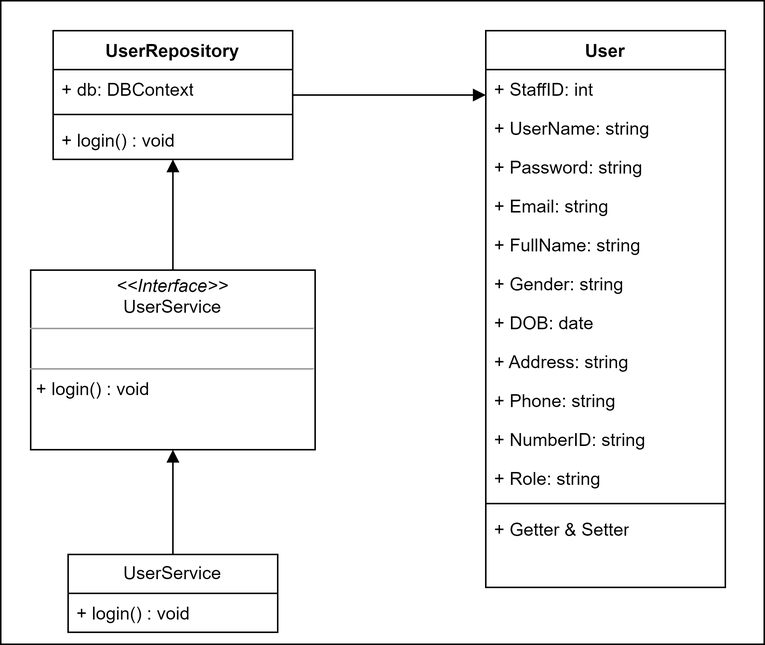
Before: swd-pic/SWD_Duy-login4.drawio.png, a diagram exported from draw.io (baspdd/desktop-tutorial). Source tidied: cells renumbered, new cells last; positions are measured from the earlier drawing's top-left corner, leaving out a move shared by most shapes. Source of this version:
```xml
<mxGraphModel>
  <root>
    <mxCell id="0" />
    <mxCell id="1" parent="0" />
    <mxCell id="2" style="rounded=0;whiteSpace=wrap;html=1;" parent="1" vertex="1">
      <mxGeometry width="510" height="430" as="geometry" />
    </mxCell>
    <mxCell id="3" value="UserService" style="swimlane;fontStyle=0;horizontal=1;startSize=26;fillColor=none;whiteSpace=wrap;html=1;" parent="1" vertex="1">
      <mxGeometry x="45" y="370" width="140" height="52" as="geometry" />
    </mxCell>
    <mxCell id="4" value="+ login() : void" style="text;strokeColor=none;fillColor=none;align=left;verticalAlign=top;spacingLeft=4;spacingRight=4;overflow=hidden;whiteSpace=wrap;html=1;" parent="3" vertex="1">
      <mxGeometry y="26" width="140" height="26" as="geometry" />
    </mxCell>
    <mxCell id="5" value="&lt;p style=&quot;margin:0px;margin-top:4px;text-align:center;&quot;&gt;&lt;i&gt;&amp;lt;&amp;lt;Interface&amp;gt;&amp;gt;&lt;/i&gt;&lt;br&gt;UserService&lt;br&gt;&lt;/p&gt;&lt;hr size=&quot;1&quot;&gt;&lt;p style=&quot;margin:0px;margin-left:4px;&quot;&gt;&lt;br&gt;&lt;/p&gt;&lt;hr size=&quot;1&quot;&gt;&lt;p style=&quot;margin:0px;margin-left:4px;&quot;&gt;+ login() : void&lt;/p&gt;" style="verticalAlign=top;align=left;overflow=fill;fontSize=12;fontFamily=Helvetica;html=1;whiteSpace=wrap;" parent="1" vertex="1">
      <mxGeometry x="20" y="180" width="190" height="120" as="geometry" />
    </mxCell>
    <mxCell id="6" value="User" style="swimlane;fontStyle=1;align=center;verticalAlign=top;horizontal=1;startSize=26;whiteSpace=wrap;html=1;" parent="1" vertex="1">
      <mxGeometry x="324" y="20" width="160" height="372" as="geometry" />
    </mxCell>
    <mxCell id="7" value="+&amp;nbsp;StaffID&lt;span style=&quot;background-color: initial;&quot;&gt;: int&lt;/span&gt;" style="text;strokeColor=none;fillColor=none;align=left;verticalAlign=top;spacingLeft=4;spacingRight=4;overflow=hidden;whiteSpace=wrap;html=1;" parent="6" vertex="1">
      <mxGeometry y="26" width="160" height="26" as="geometry" />
    </mxCell>
    <mxCell id="8" value="+&amp;nbsp;UserName&lt;span style=&quot;background-color: initial;&quot;&gt;: string&lt;/span&gt;" style="text;strokeColor=none;fillColor=none;align=left;verticalAlign=top;spacingLeft=4;spacingRight=4;overflow=hidden;whiteSpace=wrap;html=1;" parent="6" vertex="1">
      <mxGeometry y="52" width="160" height="26" as="geometry" />
    </mxCell>
    <mxCell id="9" value="+&amp;nbsp;Password&lt;span style=&quot;background-color: initial;&quot;&gt;: string&lt;/span&gt;" style="text;strokeColor=none;fillColor=none;align=left;verticalAlign=top;spacingLeft=4;spacingRight=4;overflow=hidden;whiteSpace=wrap;html=1;" parent="6" vertex="1">
      <mxGeometry y="78" width="160" height="26" as="geometry" />
    </mxCell>
    <mxCell id="10" value="+&amp;nbsp;Email&lt;span style=&quot;background-color: initial;&quot;&gt;: string&lt;/span&gt;" style="text;strokeColor=none;fillColor=none;align=left;verticalAlign=top;spacingLeft=4;spacingRight=4;overflow=hidden;whiteSpace=wrap;html=1;" parent="6" vertex="1">
      <mxGeometry y="104" width="160" height="26" as="geometry" />
    </mxCell>
    <mxCell id="11" value="+&amp;nbsp;FullName&lt;span style=&quot;background-color: initial;&quot;&gt;: string&lt;/span&gt;" style="text;strokeColor=none;fillColor=none;align=left;verticalAlign=top;spacingLeft=4;spacingRight=4;overflow=hidden;whiteSpace=wrap;html=1;" parent="6" vertex="1">
      <mxGeometry y="130" width="160" height="26" as="geometry" />
    </mxCell>
    <mxCell id="12" value="+&amp;nbsp;Gender&lt;span style=&quot;background-color: initial;&quot;&gt;: string&lt;/span&gt;" style="text;strokeColor=none;fillColor=none;align=left;verticalAlign=top;spacingLeft=4;spacingRight=4;overflow=hidden;whiteSpace=wrap;html=1;" parent="6" vertex="1">
      <mxGeometry y="156" width="160" height="26" as="geometry" />
    </mxCell>
    <mxCell id="13" value="+&amp;nbsp;DOB&lt;span style=&quot;background-color: initial;&quot;&gt;: date&lt;/span&gt;" style="text;strokeColor=none;fillColor=none;align=left;verticalAlign=top;spacingLeft=4;spacingRight=4;overflow=hidden;whiteSpace=wrap;html=1;" parent="6" vertex="1">
      <mxGeometry y="182" width="160" height="26" as="geometry" />
    </mxCell>
    <mxCell id="14" value="+&amp;nbsp;Address&lt;span style=&quot;background-color: initial;&quot;&gt;: string&lt;/span&gt;" style="text;strokeColor=none;fillColor=none;align=left;verticalAlign=top;spacingLeft=4;spacingRight=4;overflow=hidden;whiteSpace=wrap;html=1;" parent="6" vertex="1">
      <mxGeometry y="208" width="160" height="26" as="geometry" />
    </mxCell>
    <mxCell id="15" value="+&amp;nbsp;Phone&lt;span style=&quot;background-color: initial;&quot;&gt;: string&lt;/span&gt;" style="text;strokeColor=none;fillColor=none;align=left;verticalAlign=top;spacingLeft=4;spacingRight=4;overflow=hidden;whiteSpace=wrap;html=1;" parent="6" vertex="1">
      <mxGeometry y="234" width="160" height="26" as="geometry" />
    </mxCell>
    <mxCell id="16" value="+&amp;nbsp;NumberID&lt;span style=&quot;background-color: initial;&quot;&gt;: string&lt;/span&gt;" style="text;strokeColor=none;fillColor=none;align=left;verticalAlign=top;spacingLeft=4;spacingRight=4;overflow=hidden;whiteSpace=wrap;html=1;" parent="6" vertex="1">
      <mxGeometry y="260" width="160" height="26" as="geometry" />
    </mxCell>
    <mxCell id="17" value="+&amp;nbsp;Role&lt;span style=&quot;background-color: initial;&quot;&gt;: string&lt;/span&gt;" style="text;strokeColor=none;fillColor=none;align=left;verticalAlign=top;spacingLeft=4;spacingRight=4;overflow=hidden;whiteSpace=wrap;html=1;" parent="6" vertex="1">
      <mxGeometry y="286" width="160" height="26" as="geometry" />
    </mxCell>
    <mxCell id="18" style="line;strokeWidth=1;fillColor=none;align=left;verticalAlign=middle;spacingTop=-1;spacingLeft=3;spacingRight=3;labelPosition=right;strokeColor=inherit;" parent="6" vertex="1">
      <mxGeometry y="312" width="160" height="8" as="geometry" />
    </mxCell>
    <mxCell id="19" value="+ Getter &amp;amp; Setter" style="text;strokeColor=none;fillColor=none;align=left;verticalAlign=top;spacingLeft=4;spacingRight=4;overflow=hidden;whiteSpace=wrap;html=1;" parent="6" vertex="1">
      <mxGeometry y="320" width="160" height="26" as="geometry" />
    </mxCell>
    <mxCell id="20" value="&amp;nbsp;" style="text;strokeColor=none;fillColor=none;align=left;verticalAlign=top;spacingLeft=4;spacingRight=4;overflow=hidden;whiteSpace=wrap;html=1;" parent="6" vertex="1">
      <mxGeometry y="346" width="160" height="26" as="geometry" />
    </mxCell>
    <mxCell id="21" value="UserRepository" style="swimlane;fontStyle=1;align=center;verticalAlign=top;horizontal=1;startSize=26;whiteSpace=wrap;html=1;" parent="1" vertex="1">
      <mxGeometry x="35" y="20" width="160" height="86" as="geometry" />
    </mxCell>
    <mxCell id="22" value="+ db: DBContext" style="text;strokeColor=none;fillColor=none;align=left;verticalAlign=top;spacingLeft=4;spacingRight=4;overflow=hidden;whiteSpace=wrap;html=1;" parent="21" vertex="1">
      <mxGeometry y="26" width="160" height="26" as="geometry" />
    </mxCell>
    <mxCell id="23" style="line;strokeWidth=1;fillColor=none;align=left;verticalAlign=middle;spacingTop=-1;spacingLeft=3;spacingRight=3;labelPosition=right;strokeColor=inherit;" parent="21" vertex="1">
      <mxGeometry y="52" width="160" height="8" as="geometry" />
    </mxCell>
    <mxCell id="24" value="+ login() : void" style="text;strokeColor=none;fillColor=none;align=left;verticalAlign=top;spacingLeft=4;spacingRight=4;overflow=hidden;whiteSpace=wrap;html=1;" parent="21" vertex="1">
      <mxGeometry y="60" width="160" height="26" as="geometry" />
    </mxCell>
    <mxCell id="25" style="html=1;verticalAlign=bottom;endArrow=block;edgeStyle=elbowEdgeStyle;elbow=vertical;curved=0;rounded=0;exitX=0.5;exitY=0;exitDx=0;exitDy=0;" parent="1" edge="1" source="3" target="5">
      <mxGeometry relative="1" as="geometry" />
    </mxCell>
    <mxCell id="26" style="html=1;verticalAlign=bottom;endArrow=block;edgeStyle=elbowEdgeStyle;elbow=vertical;curved=0;rounded=0;" parent="1" edge="1" source="5" target="21">
      <mxGeometry relative="1" as="geometry" />
    </mxCell>
    <mxCell id="27" style="html=1;verticalAlign=bottom;endArrow=block;edgeStyle=elbowEdgeStyle;elbow=vertical;curved=0;rounded=0;" parent="1" edge="1" source="21" target="6">
      <mxGeometry relative="1" as="geometry" />
    </mxCell>
  </root>
</mxGraphModel>
```
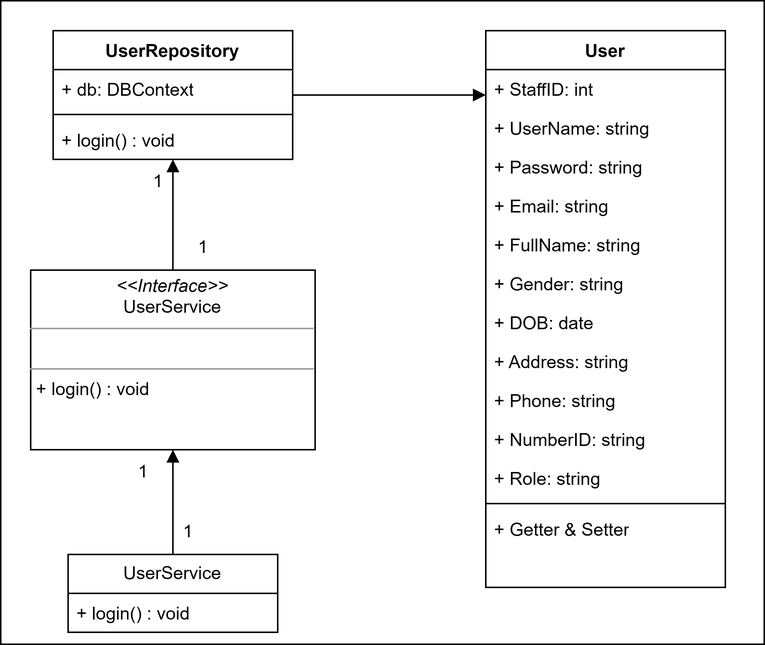
After the commit.

The edit, as a diff of the source:
```diff
@@ -80,5 +80,17 @@
     <mxCell id="27" style="html=1;verticalAlign=bottom;endArrow=block;edgeStyle=elbowEdgeStyle;elbow=vertical;curved=0;rounded=0;" parent="1" edge="1" source="21" target="6">
       <mxGeometry relative="1" as="geometry" />
     </mxCell>
+    <mxCell id="28" value="1" style="text;html=1;align=center;verticalAlign=middle;strokeColor=none;fillColor=none;" parent="1" vertex="1">
+      <mxGeometry x="90" y="106" width="30" height="30" as="geometry" />
+    </mxCell>
+    <mxCell id="29" value="1" style="text;html=1;align=center;verticalAlign=middle;strokeColor=none;fillColor=none;" parent="1" vertex="1">
+      <mxGeometry x="120" y="150" width="30" height="30" as="geometry" />
+    </mxCell>
+    <mxCell id="30" value="1" style="text;html=1;align=center;verticalAlign=middle;strokeColor=none;fillColor=none;" parent="1" vertex="1">
+      <mxGeometry x="80" y="300" width="30" height="30" as="geometry" />
+    </mxCell>
+    <mxCell id="31" value="1" style="text;html=1;align=center;verticalAlign=middle;strokeColor=none;fillColor=none;" parent="1" vertex="1">
+      <mxGeometry x="110" y="340" width="30" height="30" as="geometry" />
+    </mxCell>
   </root>
 </mxGraphModel>
```
